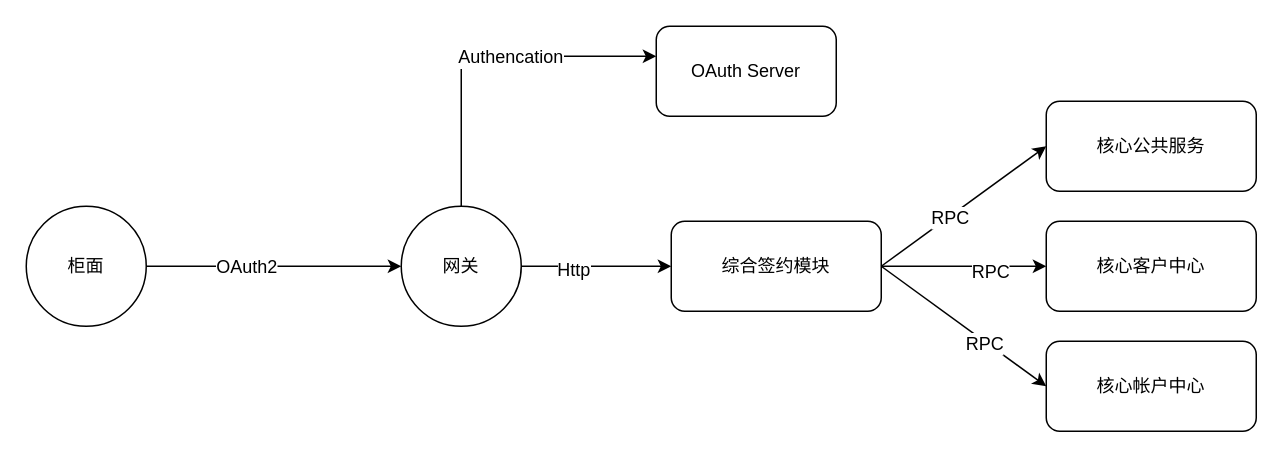
Before: page "第 4 页" (4 of 4) of 核心前置系统.drawio in sam1982/draw, a draw.io diagram. Source tidied: cells renumbered, new cells numbered last; positions are measured from the earlier drawing's top-left corner, leaving out a move shared by most shapes. Both pictures are drawn from the tidied source at 150%, with x=0, y=0 at pixel (26, 26).
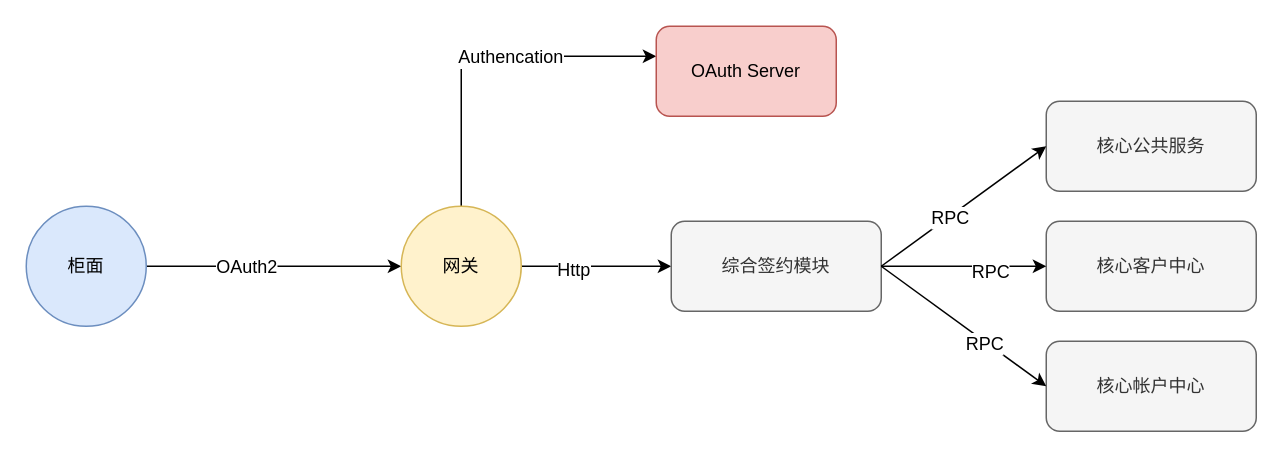
After the change.

Commit message (it also covers changes not shown here):
更新核心前置系统.drawio

Diff of the diagram source:
```diff
@@
-    <mxCell id="4" value="柜面" style="ellipse;whiteSpace=wrap;html=1;" parent="1" vertex="1">
+    <mxCell id="4" value="柜面" style="ellipse;whiteSpace=wrap;html=1;fillColor=#dae8fc;strokeColor=#6c8ebf;" parent="1" vertex="1">
       <mxGeometry y="120" width="80" height="80" as="geometry" />
     </mxCell>
@@
-    <mxCell id="9" value="网关" style="ellipse;whiteSpace=wrap;html=1;" parent="1" vertex="1">
+    <mxCell id="9" value="网关" style="ellipse;whiteSpace=wrap;html=1;fillColor=#fff2cc;strokeColor=#d6b656;" parent="1" vertex="1">
       <mxGeometry x="250" y="120" width="80" height="80" as="geometry" />
     </mxCell>
-    <mxCell id="10" value="OAuth Server" style="rounded=1;whiteSpace=wrap;html=1;" parent="1" vertex="1">
+    <mxCell id="10" value="OAuth Server" style="rounded=1;whiteSpace=wrap;html=1;fillColor=#f8cecc;strokeColor=#b85450;" parent="1" vertex="1">
       <mxGeometry x="420" width="120" height="60" as="geometry" />
     </mxCell>
-    <mxCell id="11" value="综合签约模块" style="rounded=1;whiteSpace=wrap;html=1;" parent="1" vertex="1">
+    <mxCell id="11" value="综合签约模块" style="rounded=1;whiteSpace=wrap;html=1;fillColor=#f5f5f5;strokeColor=#666666;fontColor=#333333;" parent="1" vertex="1">
       <mxGeometry x="430" y="130" width="140" height="60" as="geometry" />
     </mxCell>
-    <mxCell id="12" value="核心公共服务" style="rounded=1;whiteSpace=wrap;html=1;" parent="1" vertex="1">
+    <mxCell id="12" value="核心公共服务" style="rounded=1;whiteSpace=wrap;html=1;fillColor=#f5f5f5;strokeColor=#666666;fontColor=#333333;" parent="1" vertex="1">
       <mxGeometry x="680" y="50" width="140" height="60" as="geometry" />
     </mxCell>
-    <mxCell id="13" value="核心客户中心" style="rounded=1;whiteSpace=wrap;html=1;" parent="1" vertex="1">
+    <mxCell id="13" value="核心客户中心" style="rounded=1;whiteSpace=wrap;html=1;fillColor=#f5f5f5;strokeColor=#666666;fontColor=#333333;" parent="1" vertex="1">
       <mxGeometry x="680" y="130" width="140" height="60" as="geometry" />
     </mxCell>
-    <mxCell id="14" value="核心帐户中心" style="rounded=1;whiteSpace=wrap;html=1;" parent="1" vertex="1">
+    <mxCell id="14" value="核心帐户中心" style="rounded=1;whiteSpace=wrap;html=1;fillColor=#f5f5f5;strokeColor=#666666;fontColor=#333333;" parent="1" vertex="1">
       <mxGeometry x="680" y="210" width="140" height="60" as="geometry" />
     </mxCell>
```
